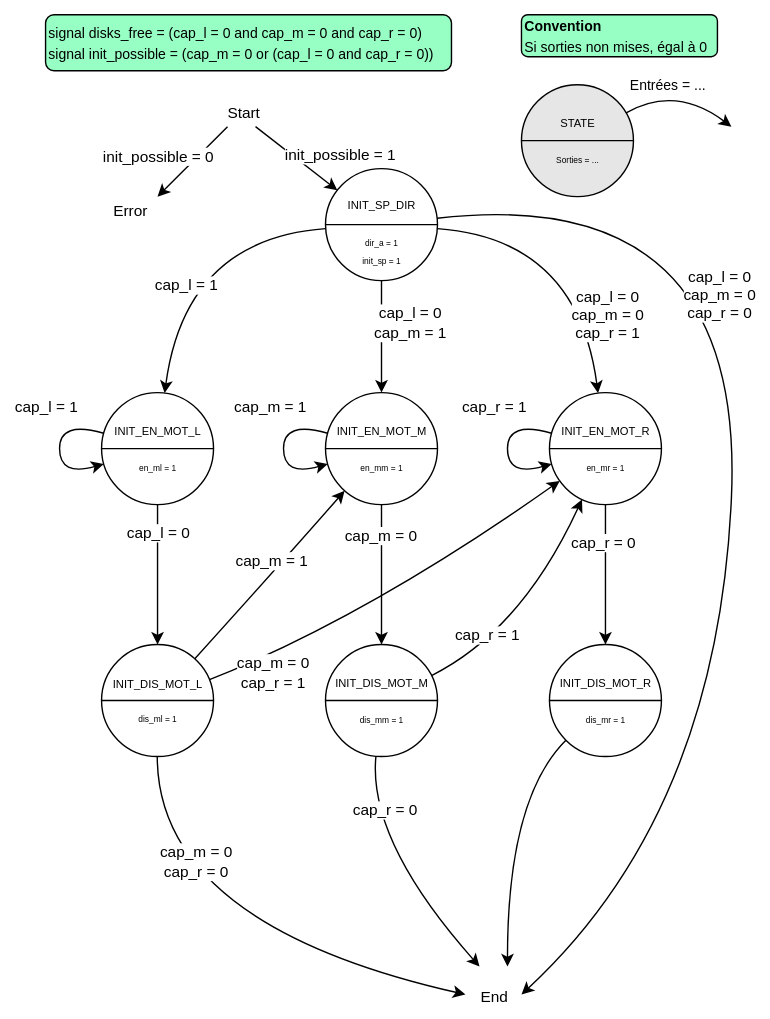
Before: doc/images/state_init_sequence.svg, a diagram exported from draw.io (Schokiiiiiiii/csn26). Source tidied: cells renumbered, new cells last; positions are measured from the earlier drawing's top-left corner, leaving out a move shared by most shapes.
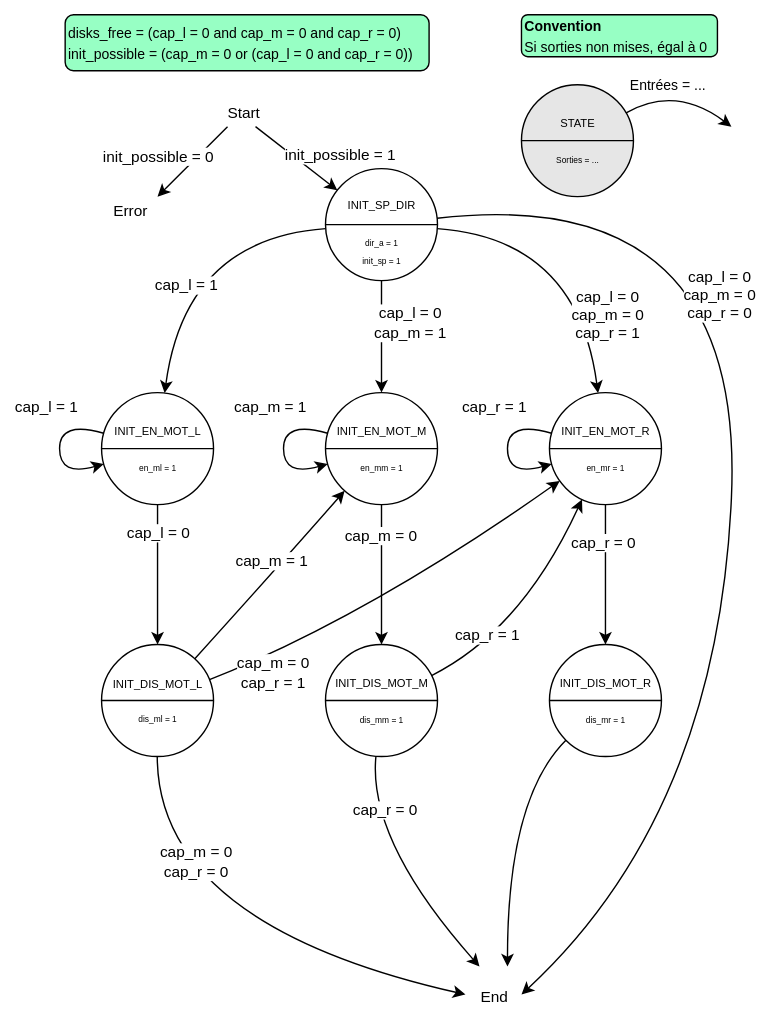
Later version of the same file.

The edit, as a diff of the source:
```diff
@@ -18,8 +18,8 @@
         <mxPoint x="-21" y="-19" as="offset" />
       </mxGeometry>
     </mxCell>
-    <mxCell id="6" value="&lt;font style=&quot;font-size: 10px;&quot;&gt;signal disks_free =&amp;nbsp;&lt;span style=&quot;background-color: transparent; color: light-dark(rgb(0, 0, 0), rgb(255, 255, 255));&quot;&gt;(cap_l = 0 and cap_m = 0 and cap_r = 0)&lt;/span&gt;&lt;/font&gt;&lt;div style=&quot;&quot;&gt;&lt;span style=&quot;background-color: transparent; color: light-dark(rgb(0, 0, 0), rgb(255, 255, 255));&quot;&gt;&lt;font style=&quot;font-size: 10px;&quot;&gt;signal init_possible = (cap_m = 0 or (cap_l = 0 and cap_r = 0))&lt;/font&gt;&lt;/span&gt;&lt;/div&gt;" style="rounded=1;whiteSpace=wrap;html=1;align=left;fillColor=#97FFC4;" parent="1" vertex="1">
-      <mxGeometry width="290" height="40" as="geometry" />
+    <mxCell id="6" value="&lt;font style=&quot;font-size: 10px;&quot;&gt;disks_free =&amp;nbsp;&lt;span style=&quot;background-color: transparent; color: light-dark(rgb(0, 0, 0), rgb(255, 255, 255));&quot;&gt;(cap_l = 0 and cap_m = 0 and cap_r = 0)&lt;/span&gt;&lt;/font&gt;&lt;div style=&quot;&quot;&gt;&lt;span style=&quot;background-color: transparent; color: light-dark(rgb(0, 0, 0), rgb(255, 255, 255));&quot;&gt;&lt;font style=&quot;font-size: 10px;&quot;&gt;init_possible = (cap_m = 0 or (cap_l = 0 and cap_r = 0))&lt;/font&gt;&lt;/span&gt;&lt;/div&gt;" style="rounded=1;whiteSpace=wrap;html=1;align=left;fillColor=#97FFC4;" parent="1" vertex="1">
+      <mxGeometry x="14" width="260" height="40" as="geometry" />
     </mxCell>
     <mxCell id="7" value="&lt;div style=&quot;line-height: 90%;&quot;&gt;&lt;span style=&quot;font-size: 8px; background-color: transparent; color: light-dark(rgb(0, 0, 0), rgb(255, 255, 255));&quot;&gt;STATE&lt;/span&gt;&lt;/div&gt;&lt;div style=&quot;line-height: 90%;&quot;&gt;&lt;span style=&quot;font-size: 8px; background-color: transparent; color: light-dark(rgb(0, 0, 0), rgb(255, 255, 255));&quot;&gt;&lt;br&gt;&lt;/span&gt;&lt;/div&gt;&lt;div style=&quot;line-height: 90%;&quot;&gt;&lt;div&gt;&lt;span style=&quot;font-size: 6px;&quot;&gt;Sorties = ...&lt;/span&gt;&lt;/div&gt;&lt;/div&gt;" style="ellipse;whiteSpace=wrap;html=1;fillColor=#E6E6E6;" parent="1" vertex="1">
       <mxGeometry x="340" y="50" width="80" height="80" as="geometry" />
```
